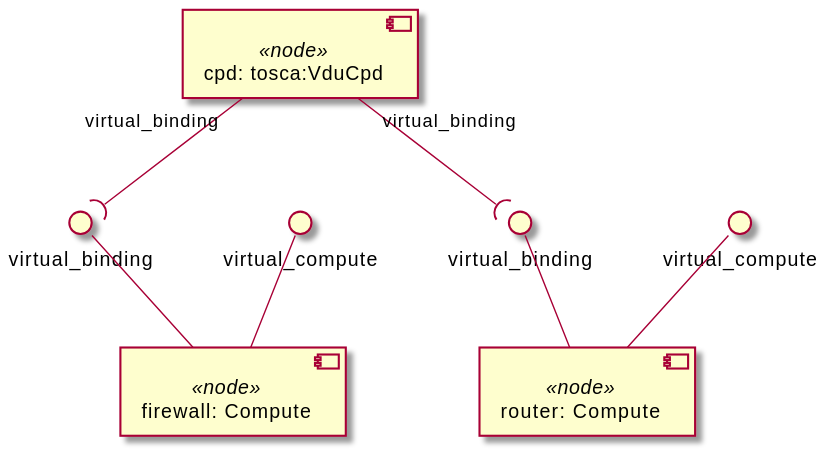
Orange-OpenSource/Cloudnet-TOSCA-toolbox keeps this PlantUML diagram as examples/tosca-community-contributions/diagrams/uml2/examples-1.2-simple-for-nfv-simple-for-nfv-uml2-component-diagram1.svg. Above is the earlier version.
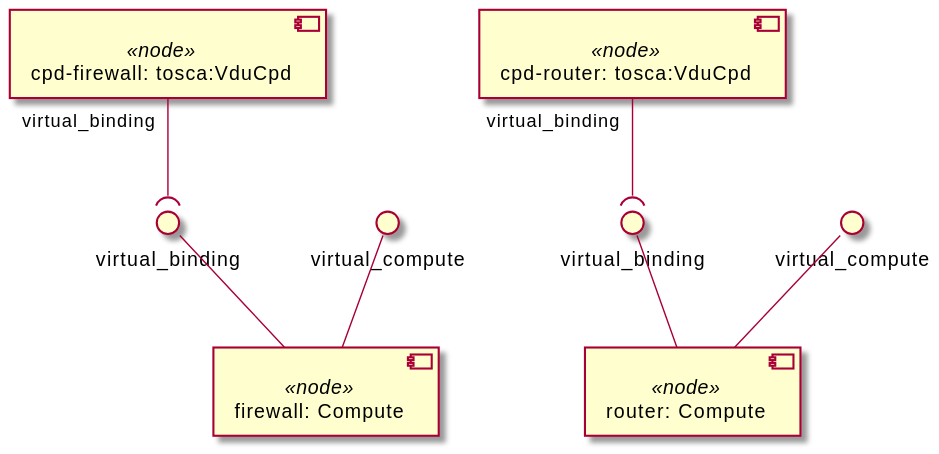
The same diagram one commit later.

The edit, as a diff of the source:
```diff
@@ -1,7 +1,9 @@
 @startuml
 skinparam componentStyle uml2
 
-component "cpd: tosca:VduCpd" <<node>> as node_cpd
+component "cpd-firewall: tosca:VduCpd" <<node>> as node_cpd_firewall
+
+component "cpd-router: tosca:VduCpd" <<node>> as node_cpd_router
 
 component "firewall: Compute" <<node>> as node_firewall
 interface "virtual_binding" as node_firewall_virtual_binding
@@ -15,6 +17,6 @@
 interface "virtual_compute" as node_router_virtual_compute
 node_router_virtual_compute -- node_router
 
-node_cpd "virtual_binding" --( node_firewall_virtual_binding
-node_cpd "virtual_binding" --( node_router_virtual_binding
+node_cpd_firewall "virtual_binding" --( node_firewall_virtual_binding
+node_cpd_router "virtual_binding" --( node_router_virtual_binding
 @enduml
```
